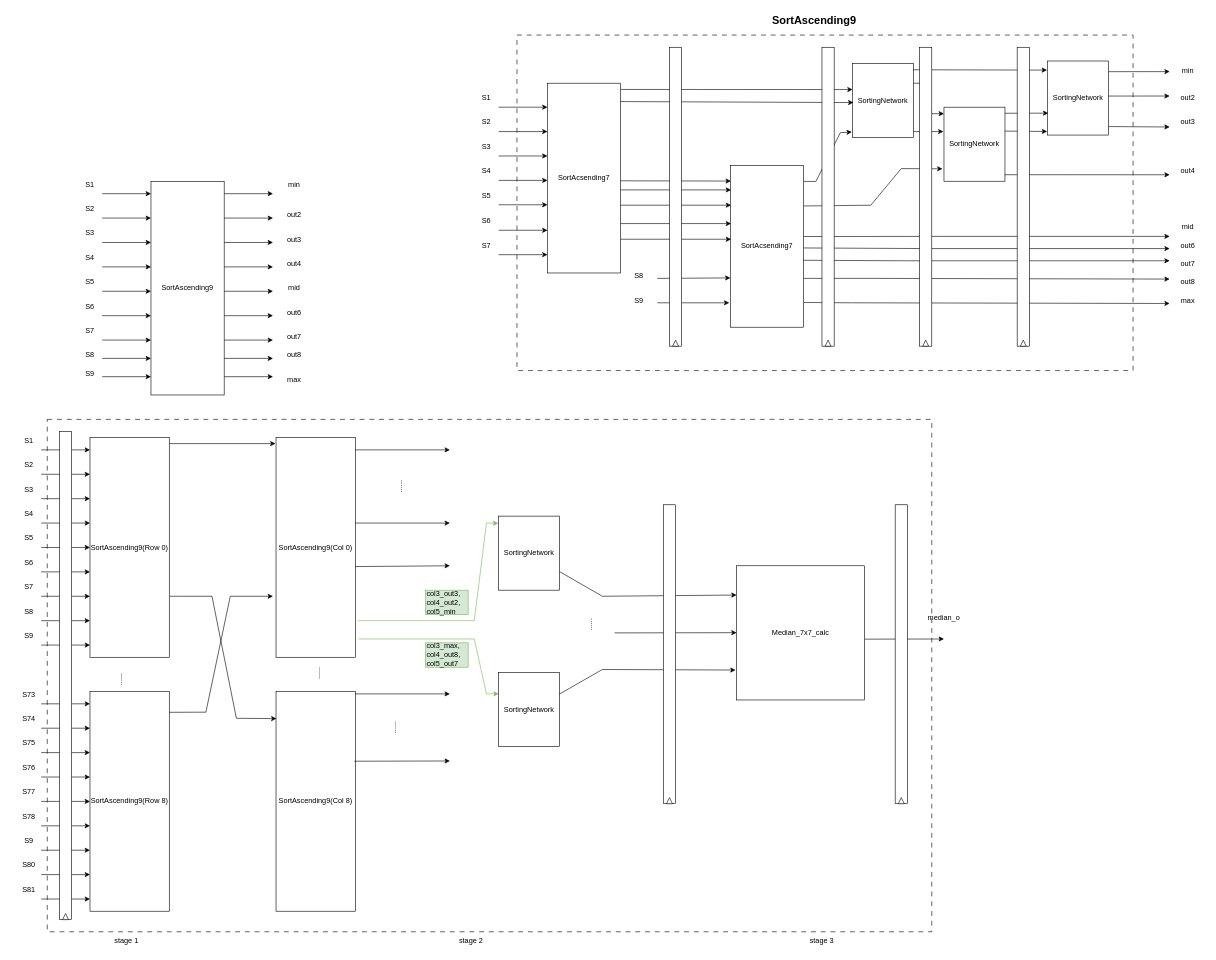
Earlier version of the draw.io diagram Draw/MedianFilterModules/Median9x9Calc.drawio (Hieuueihm/Thesis). Source tidied: cells renumbered, new cells numbered last; positions are measured from the earlier drawing's top-left corner, leaving out a move shared by most shapes. Both pictures are drawn from the tidied source at 61%, with x=0, y=0 at pixel (10, 10).
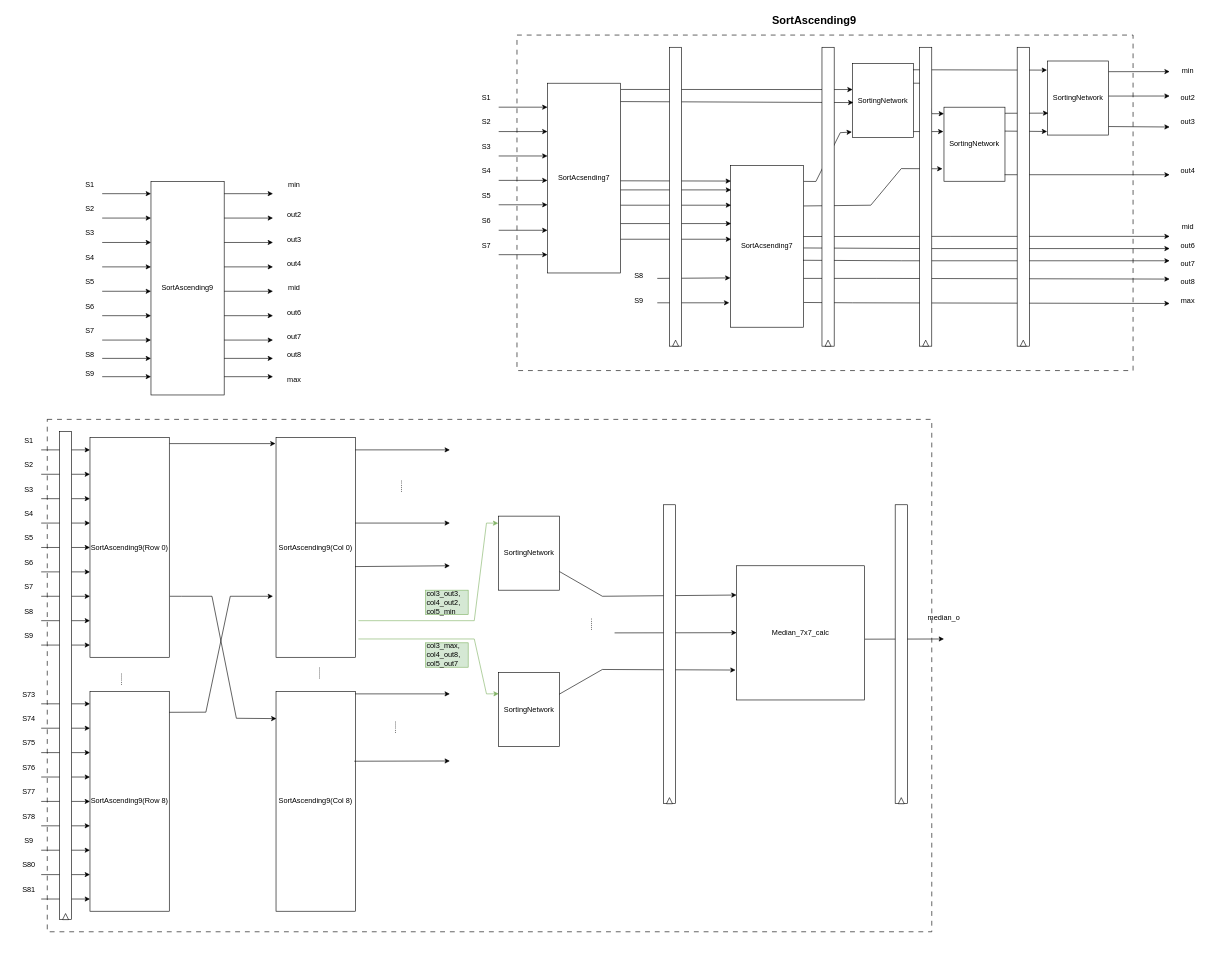
Above is the later version.

The edit, as a diff of the source:
```diff
@@
-    <mxCell id="162" value="stage 1" style="text;html=1;align=center;verticalAlign=middle;whiteSpace=wrap;rounded=0;" parent="1" vertex="1">
-      <mxGeometry x="160" y="1510" width="60" height="30" as="geometry" />
-    </mxCell>
-    <mxCell id="163" value="stage 2" style="text;html=1;align=center;verticalAlign=middle;whiteSpace=wrap;rounded=0;" parent="1" vertex="1">
-      <mxGeometry x="725" y="1510" width="60" height="30" as="geometry" />
-    </mxCell>
-    <mxCell id="164" value="stage 3" style="text;html=1;align=center;verticalAlign=middle;whiteSpace=wrap;rounded=0;" parent="1" vertex="1">
-      <mxGeometry x="1300" y="1510" width="60" height="30" as="geometry" />
-    </mxCell>
```
